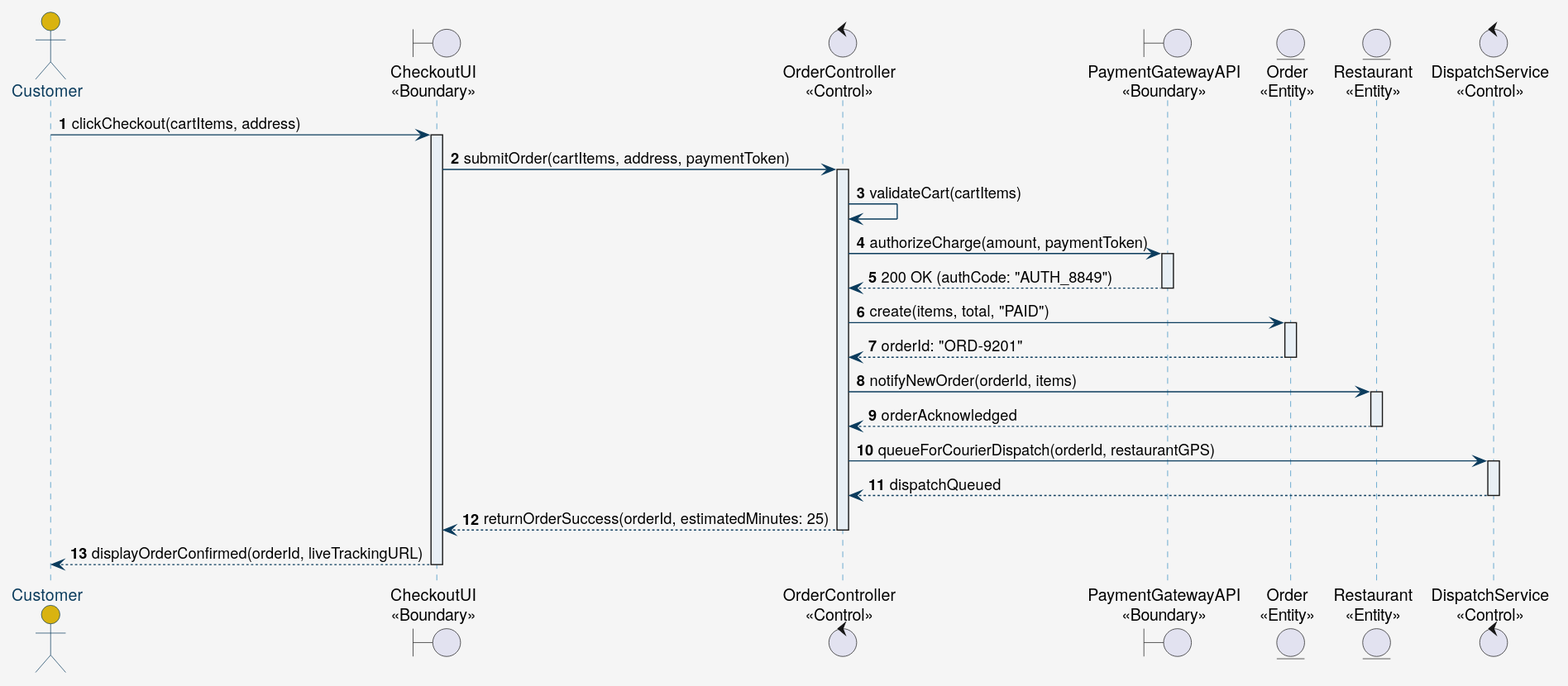
The PlantUML diagram SE/img/ch04/food_delivery/food_delivery_sequence.svg in nlhsueh/teach, before a commit. Its diagram source:
```plantuml
@startuml
skinparam backgroundColor #f5f5f5
skinparam defaultFontName "Helvetica Neue", Arial, sans-serif
skinparam roundCorner 8
skinparam shadowing false

skinparam sequence {
  ArrowColor #0b3c5d
  LifeLineBorderColor #328cc1
  LifeLineBackgroundColor #e8eff5
  ParticipantBorderColor #0b3c5d
  ParticipantBackgroundColor #ffffff
  ParticipantFontColor #0b3c5d
  ParticipantFontStyle bold
  ActorBorderColor #0b3c5d
  ActorBackgroundColor #d9b310
  ActorFontColor #0b3c5d
}

autonumber

actor "Customer" as Customer
boundary "CheckoutUI\n<<Boundary>>" as UI
control "OrderController\n<<Control>>" as Controller
boundary "PaymentGatewayAPI\n<<Boundary>>" as PaymentAPI
entity "Order\n<<Entity>>" as Order
entity "Restaurant\n<<Entity>>" as Restaurant
control "DispatchService\n<<Control>>" as Dispatch

Customer -> UI: clickCheckout(cartItems, address)
activate UI

UI -> Controller: submitOrder(cartItems, address, paymentToken)
activate Controller

Controller -> Controller: validateCart(cartItems)

Controller -> PaymentAPI: authorizeCharge(amount, paymentToken)
activate PaymentAPI
PaymentAPI --> Controller: 200 OK (authCode: "AUTH_8849")
deactivate PaymentAPI

Controller -> Order: create(items, total, "PAID")
activate Order
Order --> Controller: orderId: "ORD-9201"
deactivate Order

Controller -> Restaurant: notifyNewOrder(orderId, items)
activate Restaurant
Restaurant --> Controller: orderAcknowledged
deactivate Restaurant

Controller -> Dispatch: queueForCourierDispatch(orderId, restaurantGPS)
activate Dispatch
Dispatch --> Controller: dispatchQueued
deactivate Dispatch

Controller --> UI: returnOrderSuccess(orderId, estimatedMinutes: 25)
deactivate Controller

UI --> Customer: displayOrderConfirmed(orderId, liveTrackingURL)
deactivate UI
@enduml
```
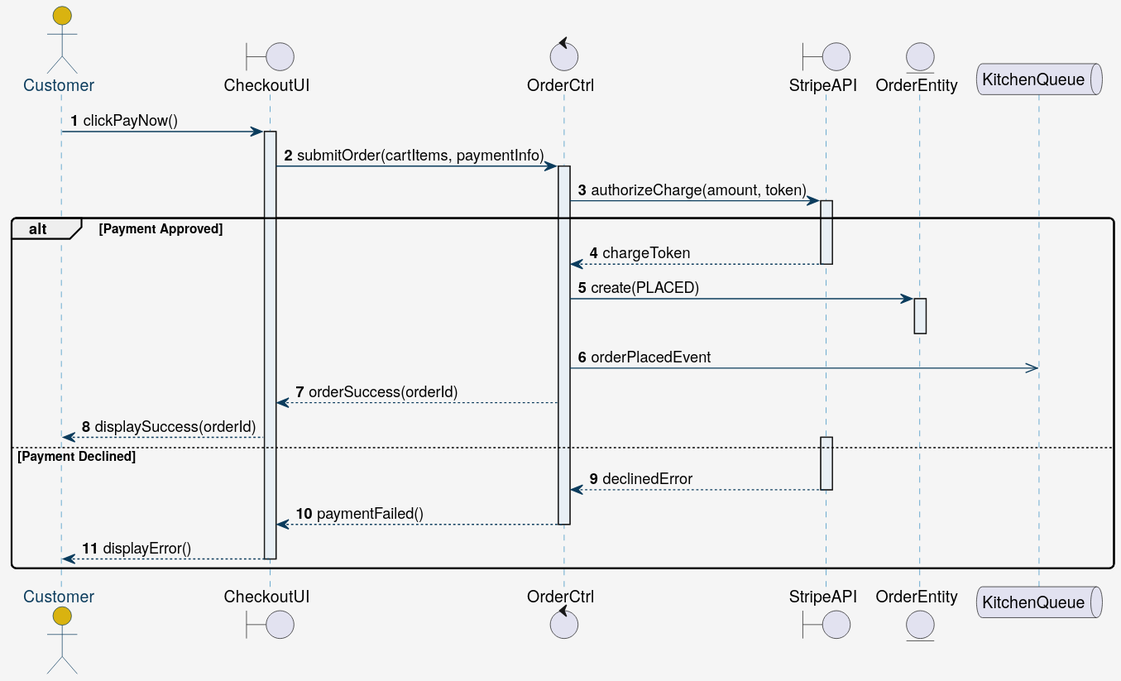
Above is the later version.

Diff of the diagram source:
```diff
@@ -19,45 +19,38 @@
 
 autonumber
 
-actor "Customer" as Customer
-boundary "CheckoutUI\n<<Boundary>>" as UI
-control "OrderController\n<<Control>>" as Controller
-boundary "PaymentGatewayAPI\n<<Boundary>>" as PaymentAPI
-entity "Order\n<<Entity>>" as Order
-entity "Restaurant\n<<Entity>>" as Restaurant
-control "DispatchService\n<<Control>>" as Dispatch
+actor Customer
+boundary CheckoutUI
+control OrderCtrl
+boundary StripeAPI
+entity OrderEntity
+queue KitchenQueue
 
-Customer -> UI: clickCheckout(cartItems, address)
-activate UI
+Customer -> CheckoutUI: clickPayNow()
+activate CheckoutUI
 
-UI -> Controller: submitOrder(cartItems, address, paymentToken)
-activate Controller
+CheckoutUI -> OrderCtrl: submitOrder(cartItems, paymentInfo)
+activate OrderCtrl
 
-Controller -> Controller: validateCart(cartItems)
+OrderCtrl -> StripeAPI: authorizeCharge(amount, token)
+activate StripeAPI
 
-Controller -> PaymentAPI: authorizeCharge(amount, paymentToken)
-activate PaymentAPI
-PaymentAPI --> Controller: 200 OK (authCode: "AUTH_8849")
-deactivate PaymentAPI
-
-Controller -> Order: create(items, total, "PAID")
-activate Order
-Order --> Controller: orderId: "ORD-9201"
-deactivate Order
-
-Controller -> Restaurant: notifyNewOrder(orderId, items)
-activate Restaurant
-Restaurant --> Controller: orderAcknowledged
-deactivate Restaurant
-
-Controller -> Dispatch: queueForCourierDispatch(orderId, restaurantGPS)
-activate Dispatch
-Dispatch --> Controller: dispatchQueued
-deactivate Dispatch
-
-Controller --> UI: returnOrderSuccess(orderId, estimatedMinutes: 25)
-deactivate Controller
-
-UI --> Customer: displayOrderConfirmed(orderId, liveTrackingURL)
-deactivate UI
+alt Payment Approved
+  StripeAPI --> OrderCtrl: chargeToken
+  deactivate StripeAPI
+  OrderCtrl -> OrderEntity: create(PLACED)
+  activate OrderEntity
+  deactivate OrderEntity
+  OrderCtrl ->> KitchenQueue: orderPlacedEvent
+  OrderCtrl --> CheckoutUI: orderSuccess(orderId)
+  CheckoutUI --> Customer: displaySuccess(orderId)
+else Payment Declined
+  activate StripeAPI
+  StripeAPI --> OrderCtrl: declinedError
+  deactivate StripeAPI
+  OrderCtrl --> CheckoutUI: paymentFailed()
+  deactivate OrderCtrl
+  CheckoutUI --> Customer: displayError()
+  deactivate CheckoutUI
+end
 @enduml
```
